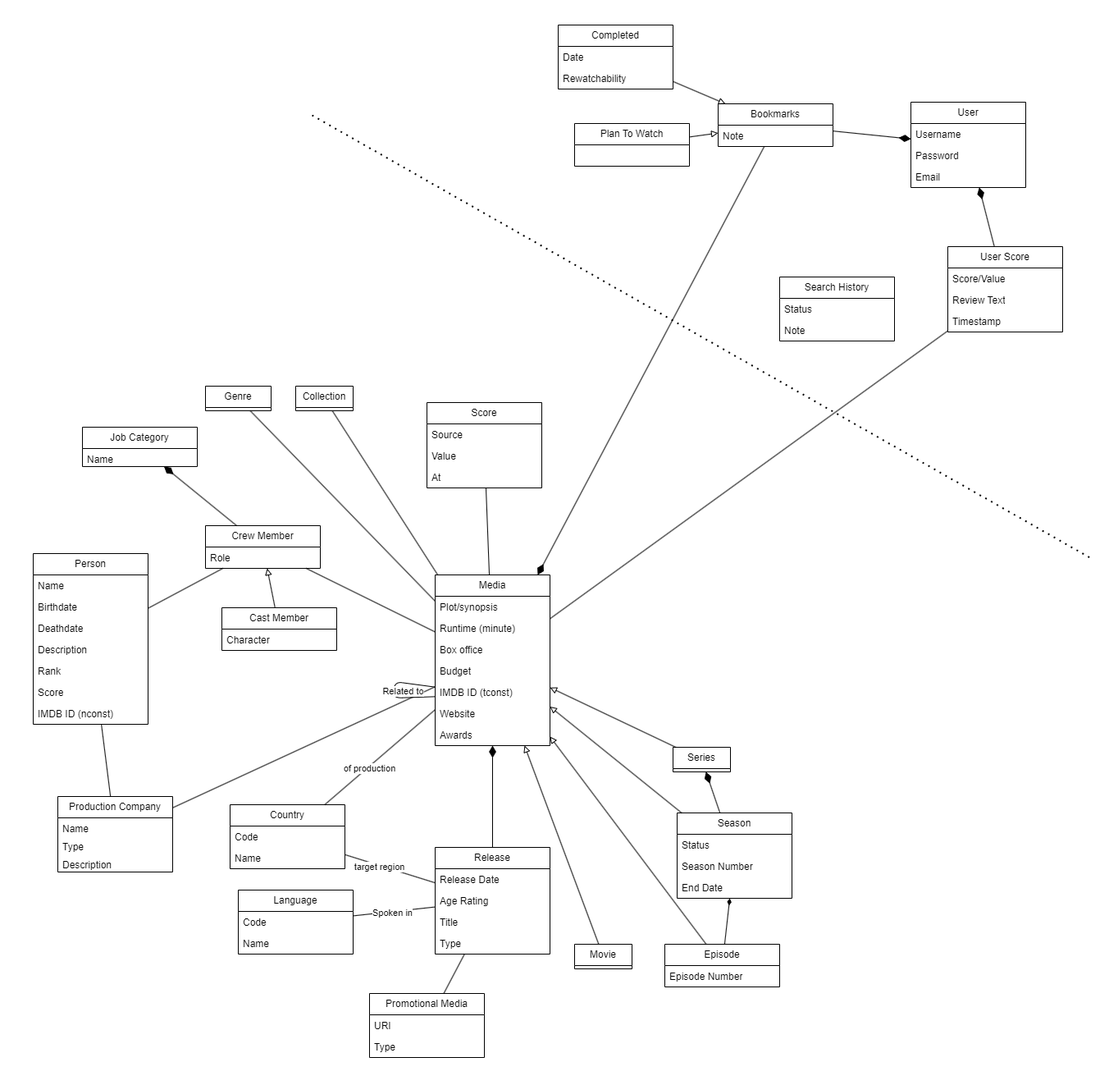
RUC-MSc-CS-CIT-2024/portfolio_subproject_1 keeps this draw.io diagram as domain_model.drawio.png. Above is the earlier version. Source tidied: cells renumbered, new cells last; positions are measured from the earlier drawing's top-left corner, leaving out a move shared by most shapes.
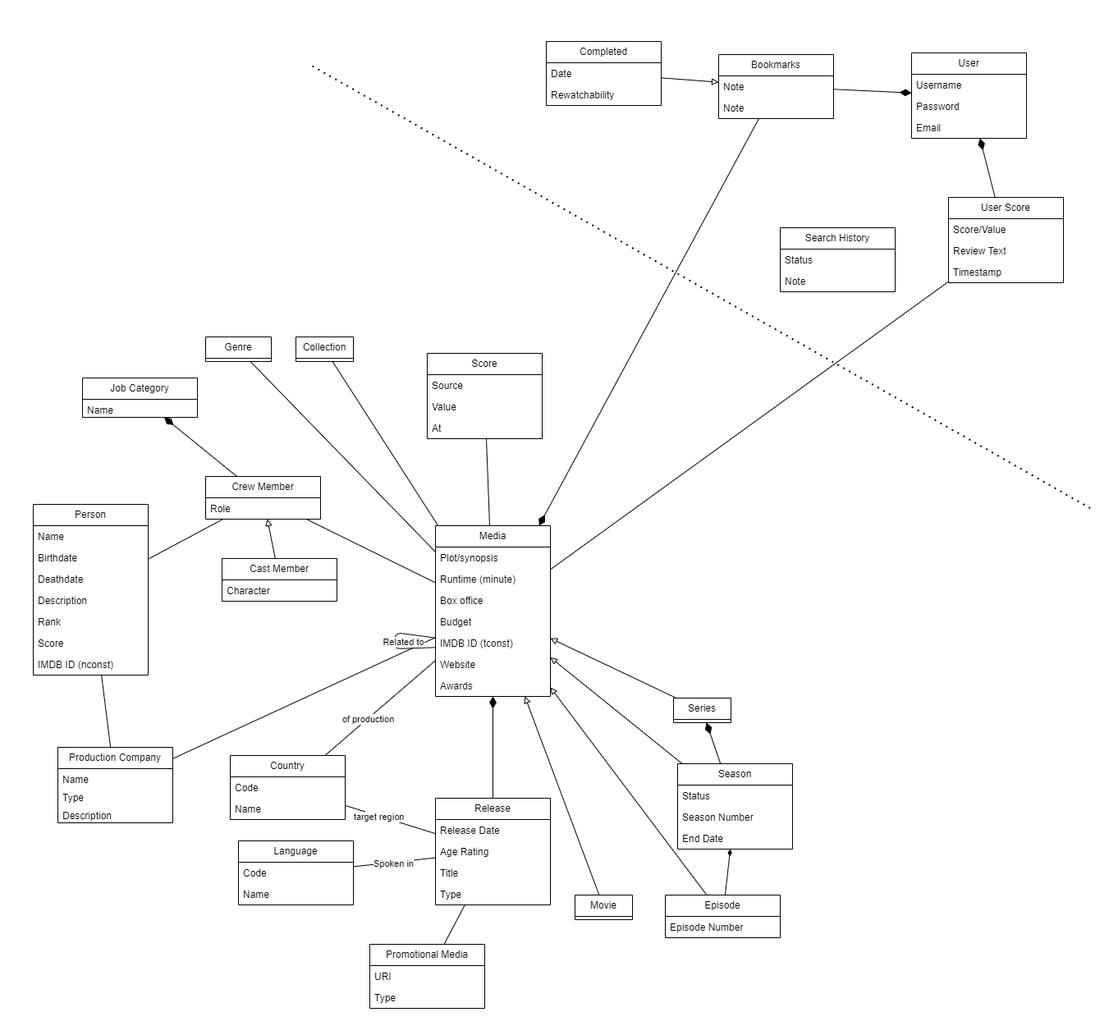
After the change.

Commit message:
docs: remove plan_to_watch from domain model

What changed in the source:
```diff
@@ -3,7 +3,7 @@
     <mxCell id="0" />
     <mxCell id="1" parent="0" />
     <mxCell id="2" style="rounded=0;whiteSpace=wrap;html=1;imageAspect=1;shadow=0;glass=0;gradientColor=none;strokeColor=none;" parent="1" vertex="1">
-      <mxGeometry width="1350" height="1320" as="geometry" />
+      <mxGeometry y="60" width="1350" height="1260" as="geometry" />
     </mxCell>
     <mxCell id="3" style="rounded=0;jettySize=auto;html=1;endArrow=none;endFill=0;endSize=12;" parent="1" edge="1" source="8" target="45">
       <mxGeometry relative="1" as="geometry" />
@@ -221,16 +221,19 @@
       <mxGeometry relative="1" as="geometry" />
     </mxCell>
     <mxCell id="74" value="Bookmarks" style="swimlane;fontStyle=0;horizontal=1;startSize=26;fillColor=none;whiteSpace=wrap;html=1;" parent="1" vertex="1">
-      <mxGeometry x="875" y="126" width="140" height="52" as="geometry" />
+      <mxGeometry x="875" y="126" width="140" height="78" as="geometry" />
     </mxCell>
+    <mxCell id="106" value="Note" style="text;strokeColor=none;fillColor=none;align=left;verticalAlign=top;spacingLeft=4;spacingRight=4;overflow=hidden;whiteSpace=wrap;html=1;" parent="74" vertex="1">
+      <mxGeometry y="26" width="140" height="26" as="geometry" />
+    </mxCell>
     <mxCell id="75" value="Note" style="text;strokeColor=none;fillColor=none;align=left;verticalAlign=top;spacingLeft=4;spacingRight=4;overflow=hidden;whiteSpace=wrap;html=1;" parent="74" vertex="1">
-      <mxGeometry y="26" width="140" height="26" as="geometry" />
+      <mxGeometry y="52" width="140" height="26" as="geometry" />
     </mxCell>
     <mxCell id="76" style="rounded=0;jettySize=auto;html=1;endArrow=block;endFill=0;" parent="1" edge="1" source="77" target="74">
       <mxGeometry relative="1" as="geometry" />
     </mxCell>
     <mxCell id="77" value="Completed" style="swimlane;fontStyle=0;horizontal=1;startSize=26;fillColor=none;whiteSpace=wrap;html=1;" parent="1" vertex="1">
-      <mxGeometry x="680" y="30" width="140" height="78" as="geometry" />
+      <mxGeometry x="665" y="110" width="140" height="78" as="geometry" />
     </mxCell>
     <mxCell id="78" value="Date" style="text;strokeColor=none;fillColor=none;align=left;verticalAlign=top;spacingLeft=4;spacingRight=4;overflow=hidden;whiteSpace=wrap;html=1;" parent="77" vertex="1">
       <mxGeometry y="26" width="140" height="26" as="geometry" />
@@ -247,12 +250,6 @@
     <mxCell id="82" value="Note" style="text;strokeColor=none;fillColor=none;align=left;verticalAlign=top;spacingLeft=4;spacingRight=4;overflow=hidden;whiteSpace=wrap;html=1;" parent="80" vertex="1">
       <mxGeometry y="52" width="140" height="26" as="geometry" />
     </mxCell>
-    <mxCell id="83" style="rounded=0;jettySize=auto;html=1;endArrow=block;endFill=0;" parent="1" edge="1" source="84" target="74">
-      <mxGeometry relative="1" as="geometry" />
-    </mxCell>
-    <mxCell id="84" value="Plan To Watch" style="swimlane;fontStyle=0;horizontal=1;startSize=26;fillColor=none;whiteSpace=wrap;html=1;" parent="1" vertex="1">
-      <mxGeometry x="700" y="150" width="140" height="52" as="geometry" />
-    </mxCell>
     <mxCell id="85" style="endArrow=none;dashed=1;html=1;dashPattern=1 3;strokeWidth=2;rounded=0;" parent="1" edge="1">
       <mxGeometry relative="1" as="geometry">
         <mxPoint x="380" y="140" as="sourcePoint" />
```
